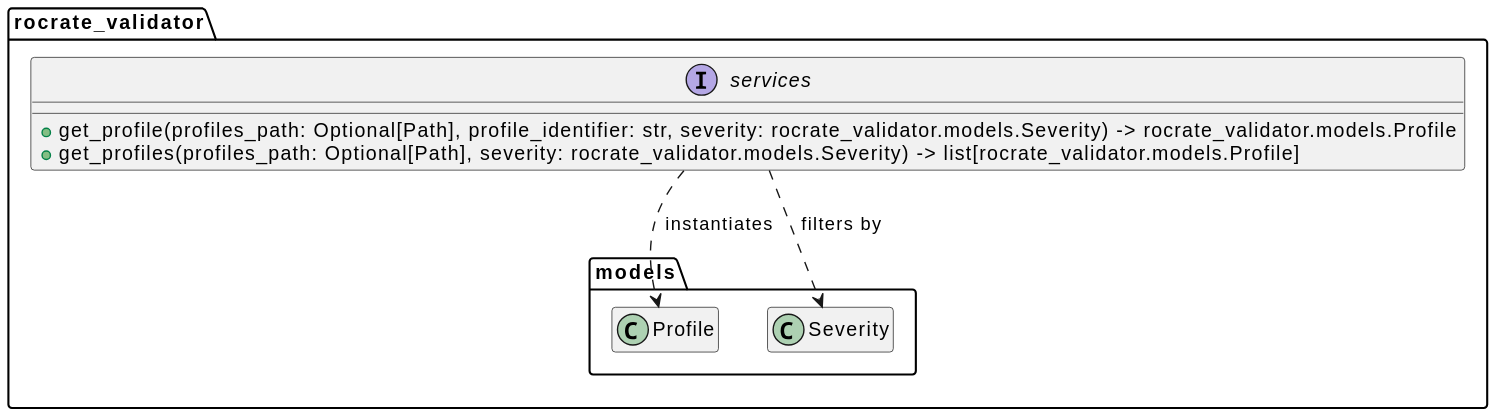
This is docs/diagrams/core-services.profiles.svg from kikkomep/rocrate-validator, a PlantUML export, as it was before one commit.
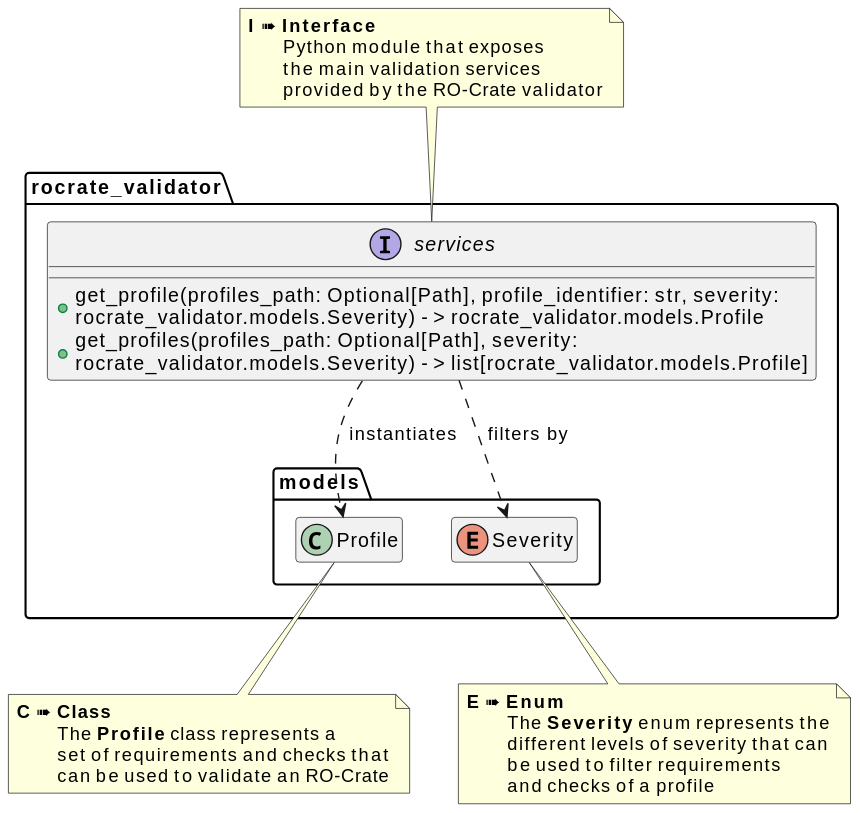
The same diagram one commit later.

What changed in the source:
```diff
@@ -1,4 +1,6 @@
 @startuml
+skinparam wrapWidth 600
+
 hide members
 hide fields
 
@@ -15,10 +17,32 @@
     services ..> rocrate_validator.models.Severity : " filters by"
 }
 
+note top of services
+    **I** ➠ **Interface**
+          Python module that exposes
+          the main validation services
+          provided by the RO-Crate validator
+end note
+
 package "rocrate_validator.models" {
 
     class Profile [[#rocrate_validator.models.Profile]] {}
 
-    class Severity [[#rocrate_validator.models.Severity]] {
-    }
+    enum Severity [[#rocrate_validator.models.Severity]] {}
+}
+
+note bottom of Profile
+    **C** ➠ **Class**
+           The **Profile** class represents a
+           set of requirements and checks that
+           can be used to validate an RO-Crate
+end note
+
+note bottom of Severity
+    **E** ➠ **Enum**
+           The **Severity** enum represents the
+           different levels of severity that can
+           be used to filter requirements
+           and checks of a profile
+end note
 @enduml
```
